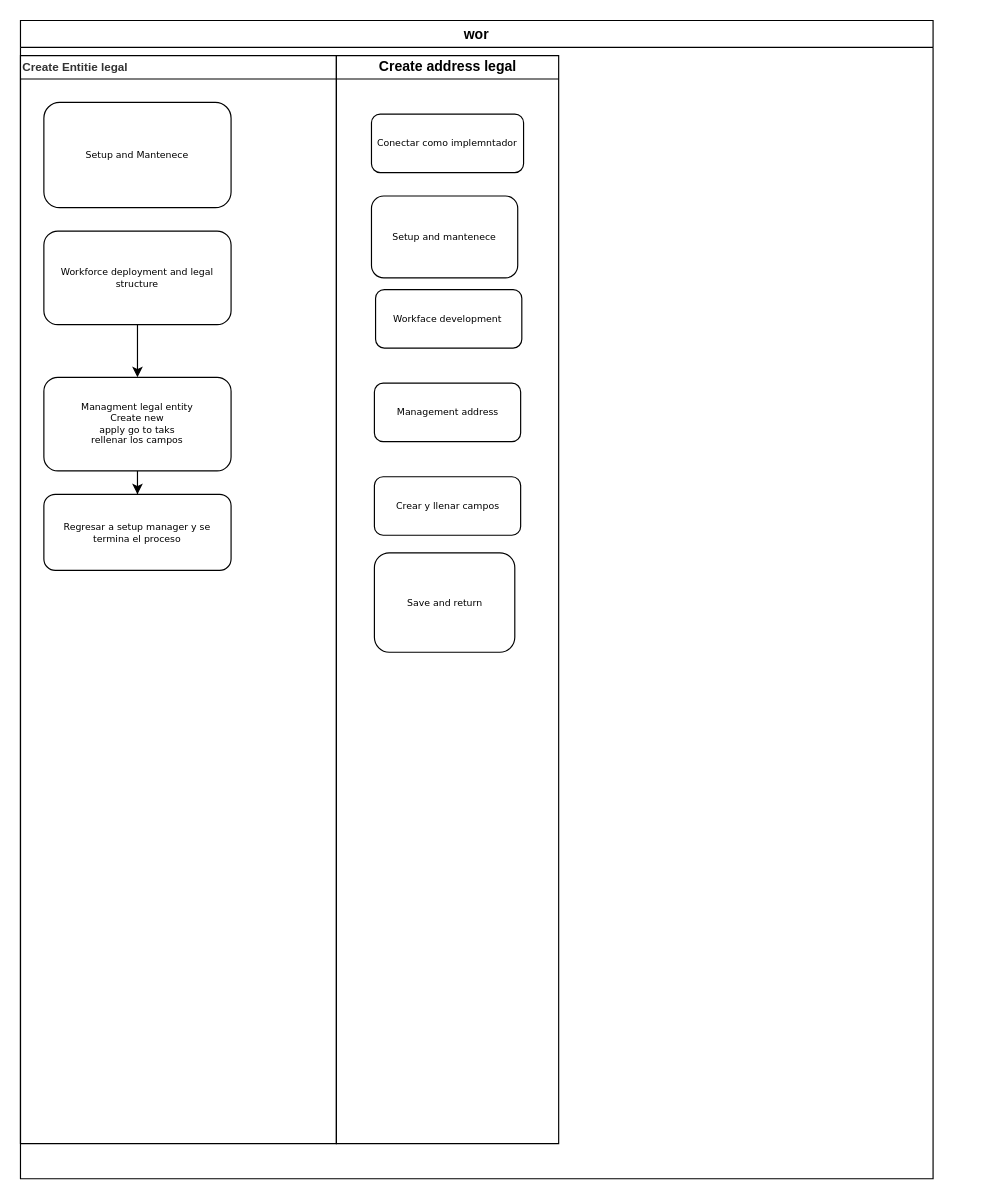
The draw.io diagram page "Page-4" (4 of 5) of Untitled Diagram.drawio in anaelymonroy/node-nov, before the edit. Source tidied: cells renumbered, new cells numbered last; positions are measured from the earlier drawing's top-left corner, leaving out a move shared by most shapes. Both pictures are drawn from the tidied source at 117%, with x=0, y=0 at pixel (20, 20).
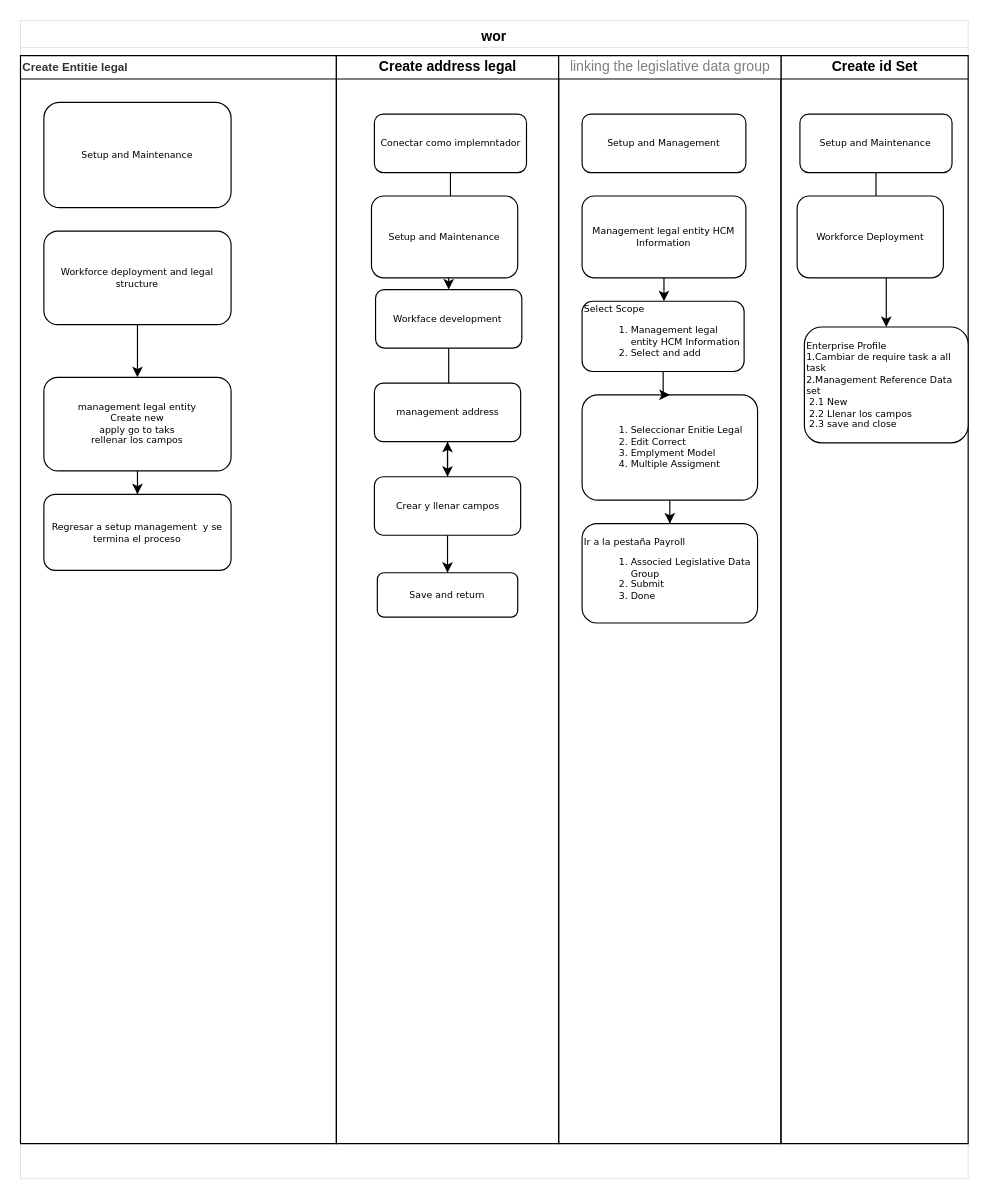
The same diagram, later.

The change refers to these unchanged cells:
```xml
<mxCell id="3" value="&lt;font color=&quot;#333333&quot; face=&quot;oraclesansregular, arial, helvetica neue, helvetica, sans-serif&quot;&gt;&lt;span style=&quot;font-size: 10px ; background-color: rgb(255 , 255 , 255)&quot;&gt;Create Entitie legal&lt;/span&gt;&lt;/font&gt;" style="swimlane;html=1;startSize=20;align=left;" parent="2" vertex="1">
  <mxGeometry y="30" width="270" height="930" as="geometry" />
</mxCell>
<mxCell id="11" value="&lt;div style=&quot;text-align: left&quot;&gt;Create address legal&lt;/div&gt;" style="swimlane;html=1;startSize=20;" parent="2" vertex="1">
  <mxGeometry x="270" y="30" width="190" height="930" as="geometry" />
</mxCell>
<mxCell id="14" value="Workface development&lt;span style=&quot;white-space: pre&quot;&gt; &lt;/span&gt;" style="rounded=1;whiteSpace=wrap;html=1;shadow=0;labelBackgroundColor=none;strokeWidth=1;fontFamily=Verdana;fontSize=8;align=center;" parent="11" vertex="1">
  <mxGeometry x="33.5" y="200" width="125" height="50" as="geometry" />
</mxCell>
<mxCell id="16" value="Crear y llenar campos" style="rounded=1;whiteSpace=wrap;html=1;shadow=0;labelBackgroundColor=none;strokeWidth=1;fontFamily=Verdana;fontSize=8;align=center;" parent="11" vertex="1">
  <mxGeometry x="32.5" y="360" width="125" height="50" as="geometry" />
</mxCell>
```

The edit, as a diff of the source:
```diff
@@
-    <mxCell id="2" value="wor" style="swimlane;" parent="1" vertex="1">
-      <mxGeometry width="780" height="990" as="geometry" />
+    <mxCell id="2" value="wor" style="swimlane;strokeWidth=0;verticalAlign=top;" parent="1" vertex="1">
+      <mxGeometry width="810" height="990" as="geometry" />
     </mxCell>
@@
-    <mxCell id="4" value="Setup and Mantenece" style="rounded=1;whiteSpace=wrap;html=1;shadow=0;labelBackgroundColor=none;strokeWidth=1;fontFamily=Verdana;fontSize=8;align=center;" parent="3" vertex="1">
+    <mxCell id="4" value="Setup and Maintenance" style="rounded=1;whiteSpace=wrap;html=1;shadow=0;labelBackgroundColor=none;strokeWidth=1;fontFamily=Verdana;fontSize=8;align=center;" parent="3" vertex="1">
       <mxGeometry x="20" y="40" width="160" height="90" as="geometry" />
     </mxCell>
@@
-    <mxCell id="8" value="Managment legal entity&lt;br&gt;Create new&lt;br&gt;apply go to taks&lt;br&gt;rellenar los campos&lt;br&gt;" style="rounded=1;whiteSpace=wrap;html=1;shadow=0;labelBackgroundColor=none;strokeWidth=1;fontFamily=Verdana;fontSize=8;align=center;" parent="3" vertex="1">
+    <mxCell id="8" value="management legal entity&lt;br&gt;Create new&lt;br&gt;apply go to taks&lt;br&gt;rellenar los campos" style="rounded=1;whiteSpace=wrap;html=1;shadow=0;labelBackgroundColor=none;strokeWidth=1;fontFamily=Verdana;fontSize=8;align=center;" parent="3" vertex="1">
       <mxGeometry x="20" y="275" width="160" height="80" as="geometry" />
     </mxCell>
-    <mxCell id="9" value="Regresar a setup manager y se termina el proceso" style="rounded=1;whiteSpace=wrap;html=1;shadow=0;labelBackgroundColor=none;strokeWidth=1;fontFamily=Verdana;fontSize=8;align=center;" parent="3" vertex="1">
+    <mxCell id="9" value="Regresar a setup management&amp;nbsp; y se termina el proceso" style="rounded=1;whiteSpace=wrap;html=1;shadow=0;labelBackgroundColor=none;strokeWidth=1;fontFamily=Verdana;fontSize=8;align=center;" parent="3" vertex="1">
       <mxGeometry x="20" y="375" width="160" height="65" as="geometry" />
     </mxCell>
@@
+    <mxCell id="18" style="edgeStyle=orthogonalEdgeStyle;rounded=0;jettySize=auto;html=1;" parent="11" edge="1" source="12" target="14">
+      <mxGeometry relative="1" as="geometry" />
+    </mxCell>
     <mxCell id="12" value="Conectar como implemntador" style="rounded=1;whiteSpace=wrap;html=1;shadow=0;labelBackgroundColor=none;strokeWidth=1;fontFamily=Verdana;fontSize=8;align=center;" parent="11" vertex="1">
-      <mxGeometry x="30" y="50" width="130" height="50" as="geometry" />
+      <mxGeometry x="32.5" y="50" width="130" height="50" as="geometry" />
     </mxCell>
-    <mxCell id="13" value="Setup and mantenece" style="rounded=1;whiteSpace=wrap;html=1;shadow=0;labelBackgroundColor=none;strokeWidth=1;fontFamily=Verdana;fontSize=8;align=center;" parent="11" vertex="1">
+    <mxCell id="13" value="Setup and Maintenance" style="rounded=1;whiteSpace=wrap;html=1;shadow=0;labelBackgroundColor=none;strokeWidth=1;fontFamily=Verdana;fontSize=8;align=center;" parent="11" vertex="1">
       <mxGeometry x="30" y="120" width="125" height="70" as="geometry" />
     </mxCell>
+    <mxCell id="19" style="edgeStyle=orthogonalEdgeStyle;rounded=0;jettySize=auto;html=1;" parent="11" edge="1" source="14" target="16">
+      <mxGeometry relative="1" as="geometry" />
+    </mxCell>
@@
-    <mxCell id="15" value="Management address" style="rounded=1;whiteSpace=wrap;html=1;shadow=0;labelBackgroundColor=none;strokeWidth=1;fontFamily=Verdana;fontSize=8;align=center;" parent="11" vertex="1">
+    <mxCell id="15" value="management address" style="rounded=1;whiteSpace=wrap;html=1;shadow=0;labelBackgroundColor=none;strokeWidth=1;fontFamily=Verdana;fontSize=8;align=center;" parent="11" vertex="1">
       <mxGeometry x="32.5" y="280" width="125" height="50" as="geometry" />
     </mxCell>
+    <mxCell id="20" style="edgeStyle=orthogonalEdgeStyle;rounded=0;jettySize=auto;html=1;" parent="11" edge="1" source="16" target="15">
+      <mxGeometry relative="1" as="geometry" />
+    </mxCell>
+    <mxCell id="21" style="edgeStyle=orthogonalEdgeStyle;rounded=0;jettySize=auto;html=1;" parent="11" edge="1" source="16" target="17">
+      <mxGeometry relative="1" as="geometry" />
+    </mxCell>
@@
     <mxCell id="17" value="Save and return" style="rounded=1;whiteSpace=wrap;html=1;shadow=0;labelBackgroundColor=none;strokeWidth=1;fontFamily=Verdana;fontSize=8;align=center;" parent="11" vertex="1">
-      <mxGeometry x="32.5" y="425" width="120" height="85" as="geometry" />
+      <mxGeometry x="35" y="442" width="120" height="38" as="geometry" />
     </mxCell>
+    <mxCell id="22" style="edgeStyle=orthogonalEdgeStyle;rounded=0;jettySize=auto;html=1;" parent="2" edge="1" source="23" target="26">
+      <mxGeometry relative="1" as="geometry" />
+    </mxCell>
+    <mxCell id="23" value="&lt;ol&gt;&lt;li&gt;Seleccionar Enitie Legal&lt;/li&gt;&lt;li&gt;Edit Correct&lt;br&gt;&lt;/li&gt;&lt;li&gt;Emplyment Model&lt;br&gt;&lt;/li&gt;&lt;li&gt;Multiple Assigment&lt;/li&gt;&lt;/ol&gt;" style="rounded=1;whiteSpace=wrap;html=1;shadow=0;labelBackgroundColor=none;strokeWidth=1;fontFamily=Verdana;fontSize=8;align=left;" parent="2" vertex="1">
+      <mxGeometry x="480" y="320" width="150" height="90" as="geometry" />
+    </mxCell>
+    <mxCell id="24" value="Management legal entity HCM Information" style="rounded=1;whiteSpace=wrap;html=1;shadow=0;labelBackgroundColor=none;strokeWidth=1;fontFamily=Verdana;fontSize=8;align=center;" parent="2" vertex="1">
+      <mxGeometry x="480" y="150" width="140" height="70" as="geometry" />
+    </mxCell>
+    <mxCell id="25" value="Setup and Management" style="rounded=1;whiteSpace=wrap;html=1;shadow=0;labelBackgroundColor=none;strokeWidth=1;fontFamily=Verdana;fontSize=8;align=center;" parent="2" vertex="1">
+      <mxGeometry x="480" y="80" width="140" height="50" as="geometry" />
+    </mxCell>
+    <mxCell id="26" value="Ir a la pestaña Payroll&lt;br&gt;&lt;ol&gt;&lt;li&gt;Associed Legislative Data Group&lt;/li&gt;&lt;li&gt;Submit&amp;nbsp;&lt;/li&gt;&lt;li&gt;Done&lt;/li&gt;&lt;/ol&gt;" style="rounded=1;whiteSpace=wrap;html=1;shadow=0;labelBackgroundColor=none;strokeWidth=1;fontFamily=Verdana;fontSize=8;align=left;" parent="2" vertex="1">
+      <mxGeometry x="480" y="430" width="150" height="85" as="geometry" />
+    </mxCell>
+    <mxCell id="27" value="&lt;div style=&quot;text-align: left&quot;&gt;Create id Set&lt;/div&gt;" style="swimlane;html=1;startSize=20;" parent="2" vertex="1">
+      <mxGeometry x="650" y="30" width="160" height="930" as="geometry" />
+    </mxCell>
+    <mxCell id="28" style="edgeStyle=orthogonalEdgeStyle;rounded=0;jettySize=auto;html=1;" parent="27" edge="1" source="29" target="31">
+      <mxGeometry relative="1" as="geometry" />
+    </mxCell>
+    <mxCell id="29" value="Setup and Maintenance" style="rounded=1;whiteSpace=wrap;html=1;shadow=0;labelBackgroundColor=none;strokeWidth=1;fontFamily=Verdana;fontSize=8;align=center;" parent="27" vertex="1">
+      <mxGeometry x="16.2" y="50" width="130" height="50" as="geometry" />
+    </mxCell>
+    <mxCell id="30" value="Workforce Deployment" style="rounded=1;whiteSpace=wrap;html=1;shadow=0;labelBackgroundColor=none;strokeWidth=1;fontFamily=Verdana;fontSize=8;align=center;" parent="27" vertex="1">
+      <mxGeometry x="13.8" y="120" width="125" height="70" as="geometry" />
+    </mxCell>
+    <mxCell id="31" value="Enterprise Profile&lt;br&gt;&lt;span&gt;1.Cambiar de require task a all task&lt;br&gt;&lt;/span&gt;&lt;span&gt;2.Management Reference Data set&lt;/span&gt;&lt;span&gt;&lt;br&gt;&lt;/span&gt;&lt;span style=&quot;white-space: pre&quot;&gt; &lt;/span&gt;2.1 New&lt;br&gt;&lt;span style=&quot;white-space: pre&quot;&gt; &lt;/span&gt;2.2 Llenar los campos&lt;br&gt;&lt;span style=&quot;white-space: pre&quot;&gt; &lt;/span&gt;2.3 save and close&amp;nbsp;" style="rounded=1;whiteSpace=wrap;html=1;shadow=0;labelBackgroundColor=none;strokeWidth=1;fontFamily=Verdana;fontSize=8;align=left;" parent="27" vertex="1">
+      <mxGeometry x="20" y="232" width="140" height="99" as="geometry" />
+    </mxCell>
+    <mxCell id="32" style="edgeStyle=orthogonalEdgeStyle;rounded=0;orthogonalLoop=1;jettySize=auto;html=1;" parent="27" edge="1">
+      <mxGeometry relative="1" as="geometry">
+        <mxPoint x="78.8" y="410" as="sourcePoint" />
+      </mxGeometry>
+    </mxCell>
+    <mxCell id="33" value="&lt;font style=&quot;font-size: 12px ; font-weight: normal&quot;&gt;&lt;span id=&quot;00_7080&quot; class=&quot;p3sdk-tracked-word&quot; style=&quot;box-sizing: inherit ; opacity: 0.5 ; font-family: &amp;#34;oraclesansregular&amp;#34; , &amp;#34;arial&amp;#34; , &amp;#34;helvetica neue&amp;#34; , &amp;#34;helvetica&amp;#34; , sans-serif ; text-align: justify ; background-color: rgb(255 , 255 , 255)&quot;&gt;linking&lt;/span&gt;&lt;span style=&quot;font-family: &amp;#34;oraclesansregular&amp;#34; , &amp;#34;arial&amp;#34; , &amp;#34;helvetica neue&amp;#34; , &amp;#34;helvetica&amp;#34; , sans-serif ; text-align: justify ; background-color: rgb(255 , 255 , 255)&quot;&gt;&amp;nbsp;&lt;/span&gt;&lt;span id=&quot;00_7440&quot; class=&quot;p3sdk-tracked-word&quot; style=&quot;box-sizing: inherit ; opacity: 0.5 ; font-family: &amp;#34;oraclesansregular&amp;#34; , &amp;#34;arial&amp;#34; , &amp;#34;helvetica neue&amp;#34; , &amp;#34;helvetica&amp;#34; , sans-serif ; text-align: justify ; background-color: rgb(255 , 255 , 255)&quot;&gt;the&lt;/span&gt;&lt;span style=&quot;font-family: &amp;#34;oraclesansregular&amp;#34; , &amp;#34;arial&amp;#34; , &amp;#34;helvetica neue&amp;#34; , &amp;#34;helvetica&amp;#34; , sans-serif ; text-align: justify ; background-color: rgb(255 , 255 , 255)&quot;&gt;&amp;nbsp;&lt;/span&gt;&lt;span id=&quot;00_7560&quot; class=&quot;p3sdk-tracked-word&quot; style=&quot;box-sizing: inherit ; opacity: 0.5 ; font-family: &amp;#34;oraclesansregular&amp;#34; , &amp;#34;arial&amp;#34; , &amp;#34;helvetica neue&amp;#34; , &amp;#34;helvetica&amp;#34; , sans-serif ; text-align: justify ; background-color: rgb(255 , 255 , 255)&quot;&gt;legislative&lt;/span&gt;&lt;span style=&quot;font-family: &amp;#34;oraclesansregular&amp;#34; , &amp;#34;arial&amp;#34; , &amp;#34;helvetica neue&amp;#34; , &amp;#34;helvetica&amp;#34; , sans-serif ; text-align: justify ; background-color: rgb(255 , 255 , 255)&quot;&gt;&amp;nbsp;&lt;/span&gt;&lt;span id=&quot;00_8310&quot; class=&quot;p3sdk-tracked-word&quot; style=&quot;box-sizing: inherit ; opacity: 0.5 ; font-family: &amp;#34;oraclesansregular&amp;#34; , &amp;#34;arial&amp;#34; , &amp;#34;helvetica neue&amp;#34; , &amp;#34;helvetica&amp;#34; , sans-serif ; text-align: justify ; background-color: rgb(255 , 255 , 255)&quot;&gt;data&lt;/span&gt;&lt;span style=&quot;font-family: &amp;#34;oraclesansregular&amp;#34; , &amp;#34;arial&amp;#34; , &amp;#34;helvetica neue&amp;#34; , &amp;#34;helvetica&amp;#34; , sans-serif ; text-align: justify ; background-color: rgb(255 , 255 , 255)&quot;&gt;&amp;nbsp;&lt;/span&gt;&lt;span id=&quot;00_8640&quot; class=&quot;p3sdk-tracked-word&quot; style=&quot;box-sizing: inherit ; opacity: 0.5 ; font-family: &amp;#34;oraclesansregular&amp;#34; , &amp;#34;arial&amp;#34; , &amp;#34;helvetica neue&amp;#34; , &amp;#34;helvetica&amp;#34; , sans-serif ; text-align: justify ; background-color: rgb(255 , 255 , 255)&quot;&gt;group&lt;/span&gt;&lt;/font&gt;" style="swimlane;html=1;startSize=20;" parent="2" vertex="1">
+      <mxGeometry x="460" y="30" width="190" height="930" as="geometry" />
+    </mxCell>
+    <mxCell id="34" value="Select Scope&lt;br&gt;&lt;ol&gt;&lt;li&gt;Management legal entity HCM Information&lt;/li&gt;&lt;li&gt;Select and add&amp;nbsp;&lt;/li&gt;&lt;/ol&gt;" style="rounded=1;whiteSpace=wrap;html=1;shadow=0;labelBackgroundColor=none;strokeWidth=1;fontFamily=Verdana;fontSize=8;align=left;" parent="33" vertex="1">
+      <mxGeometry x="20" y="210" width="138.5" height="60" as="geometry" />
+    </mxCell>
+    <mxCell id="35" style="edgeStyle=orthogonalEdgeStyle;rounded=0;jettySize=auto;html=1;" parent="2" edge="1" source="24" target="34">
+      <mxGeometry relative="1" as="geometry" />
+    </mxCell>
+    <mxCell id="36" style="edgeStyle=orthogonalEdgeStyle;rounded=0;jettySize=auto;html=1;" parent="2" edge="1" source="34" target="23">
+      <mxGeometry relative="1" as="geometry" />
+    </mxCell>
+    <mxCell id="37" style="edgeStyle=orthogonalEdgeStyle;rounded=0;orthogonalLoop=1;jettySize=auto;html=1;" parent="1" edge="1">
+      <mxGeometry relative="1" as="geometry">
+        <mxPoint x="731.8" y="421" as="sourcePoint" />
+      </mxGeometry>
+    </mxCell>
```
